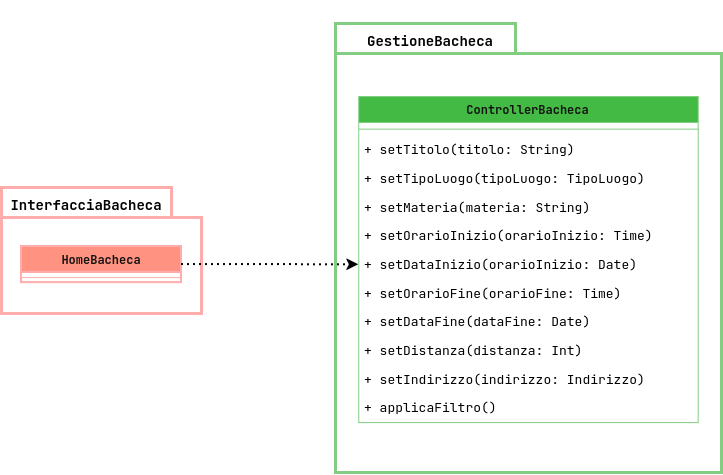
Above: latex/images/diagramma-dei-package-bacheca.png in federicoporpora/studyLink (draw.io), before the change. Source tidied: cells renumbered, new cells last; positions are measured from the earlier drawing's top-left corner, leaving out a move shared by most shapes. Source of this version:
```xml
<mxGraphModel background="light-dark(#FFFFFF,#FFFFFF)">
  <root>
    <mxCell id="0" />
    <mxCell id="1" parent="0" />
    <mxCell id="2" style="group;" parent="1" vertex="1">
      <mxGeometry y="188" width="200" height="227" as="geometry" />
    </mxCell>
    <mxCell id="3" style="shape=folder;fontStyle=1;spacingTop=10;tabWidth=170;tabHeight=30;tabPosition=left;html=1;whiteSpace=wrap;fillColor=light-dark(#E51400,#FFFFFF);fontColor=#ffffff;strokeColor=#B20000;strokeWidth=3;" parent="2" vertex="1">
      <mxGeometry width="200" height="126" as="geometry" />
    </mxCell>
    <mxCell id="4" value="InterfacciaBacheca" style="text;html=1;whiteSpace=wrap;strokeColor=none;fillColor=none;align=center;verticalAlign=middle;rounded=0;fontColor=light-dark(#000000,#000000);fontStyle=1;fontSize=14;" parent="2" vertex="1">
      <mxGeometry y="-2" width="170" height="38" as="geometry" />
    </mxCell>
    <mxCell id="5" value="HomeBacheca" style="swimlane;fontStyle=1;align=center;verticalAlign=top;horizontal=1;startSize=26;whiteSpace=wrap;html=1;fillColor=#e51400;strokeColor=#B20000;fontColor=#ffffff;strokeWidth=2;" parent="2" vertex="1">
      <mxGeometry x="20" y="59" width="160" height="36.1" as="geometry" />
    </mxCell>
    <mxCell id="6" style="line;strokeWidth=1;fillColor=none;align=left;verticalAlign=middle;spacingTop=-1;spacingLeft=3;spacingRight=3;labelPosition=right;strokeColor=inherit;" parent="5" vertex="1">
      <mxGeometry y="26" width="160" height="10.1" as="geometry" />
    </mxCell>
    <mxCell id="7" style="group;" parent="1" vertex="1">
      <mxGeometry x="334" y="24" width="386" height="449" as="geometry" />
    </mxCell>
    <mxCell id="8" style="shape=folder;fontStyle=1;spacingTop=10;tabWidth=180;tabHeight=30;tabPosition=left;html=1;whiteSpace=wrap;fillColor=light-dark(#008A00,#FFFFFF);fontColor=#ffffff;strokeColor=#005700;strokeWidth=3;" parent="7" vertex="1">
      <mxGeometry width="386" height="449" as="geometry" />
    </mxCell>
    <mxCell id="9" value="GestioneBacheca" style="text;html=1;whiteSpace=wrap;strokeColor=none;fillColor=none;align=center;verticalAlign=middle;rounded=0;fontColor=light-dark(#000000,#000000);fontStyle=1;fontSize=14;" parent="7" vertex="1">
      <mxGeometry x="-69.5" y="-23.7" width="328.1" height="82.1" as="geometry" />
    </mxCell>
    <mxCell id="10" value="ControllerBacheca" style="swimlane;fontStyle=1;align=center;verticalAlign=top;horizontal=1;startSize=26;whiteSpace=wrap;html=1;fillColor=#008a00;fontColor=#ffffff;strokeColor=#005700;" parent="7" vertex="1">
      <mxGeometry x="23.3" y="73" width="339.4" height="326.1" as="geometry" />
    </mxCell>
    <mxCell id="11" style="line;strokeWidth=1;fillColor=none;align=left;verticalAlign=middle;spacingTop=-1;spacingLeft=3;spacingRight=3;labelPosition=right;strokeColor=inherit;" parent="10" vertex="1">
      <mxGeometry y="26" width="339.4" height="13.3" as="geometry" />
    </mxCell>
    <mxCell id="12" value="+ setTitolo(titolo: String)" style="text;strokeColor=none;fillColor=none;align=left;verticalAlign=top;spacingLeft=4;spacingRight=4;overflow=hidden;whiteSpace=wrap;html=1;fontColor=light-dark(#000000,#000000);fontStyle=0;fontSize=13;" parent="10" vertex="1">
      <mxGeometry y="39.3" width="339.4" height="28.7" as="geometry" />
    </mxCell>
    <mxCell id="13" value="+ setTipoLuogo(tipoLuogo: TipoLuogo)" style="text;strokeColor=none;fillColor=none;align=left;verticalAlign=top;spacingLeft=4;spacingRight=4;overflow=hidden;whiteSpace=wrap;html=1;fontColor=light-dark(#000000,#000000);fontStyle=0;fontSize=13;" parent="10" vertex="1">
      <mxGeometry y="68" width="339.4" height="28.7" as="geometry" />
    </mxCell>
    <mxCell id="14" value="+ setMateria(materia: String)&lt;span style=&quot;color: rgba(0, 0, 0, 0); font-family: monospace; font-size: 0px; white-space: nowrap;&quot;&gt;%3CmxGraphModel%3E%3Croot%3E%3CmxCell%20id%3D%220%22%2F%3E%3CmxCell%20id%3D%221%22%20parent%3D%220%22%2F%3E%3CmxCell%20id%3D%222%22%20parent%3D%221%22%20style%3D%22text%3BstrokeColor%3Dnone%3BfillColor%3Dnone%3Balign%3Dleft%3BverticalAlign%3Dtop%3BspacingLeft%3D4%3BspacingRight%3D4%3Boverflow%3Dhidden%3Brotatable%3D0%3Bpoints%3D%5B%5B0%2C0.5%5D%2C%5B1%2C0.5%5D%5D%3BportConstraint%3Deastwest%3BwhiteSpace%3Dwrap%3Bhtml%3D1%3BfontColor%3Dlight-dark(%23000000%2C%23000000)%3BfontStyle%3D0%3BfontSize%3D13%3B%22%20value%3D%22%2B%20applicaFiltro()%22%20vertex%3D%221%22%3E%3CmxGeometry%20height%3D%2228.68%22%20width%3D%22339.41%22%20x%3D%22459.2931034482759%22%20y%3D%22240.31913043478264%22%20as%3D%22geometry%22%2F%3E%3C%2FmxCell%3E%3C%2Froot%3E%3C%2FmxGraphModel%3E&lt;/span&gt;" style="text;strokeColor=none;fillColor=none;align=left;verticalAlign=top;spacingLeft=4;spacingRight=4;overflow=hidden;whiteSpace=wrap;html=1;fontColor=light-dark(#000000,#000000);fontStyle=0;fontSize=13;" parent="10" vertex="1">
      <mxGeometry y="96.7" width="339.4" height="28.7" as="geometry" />
    </mxCell>
    <mxCell id="15" value="+ setOrarioInizio(orarioInizio: Time)" style="text;strokeColor=none;fillColor=none;align=left;verticalAlign=top;spacingLeft=4;spacingRight=4;overflow=hidden;whiteSpace=wrap;html=1;fontColor=light-dark(#000000,#000000);fontStyle=0;fontSize=13;" parent="10" vertex="1">
      <mxGeometry y="125.4" width="339.4" height="28.7" as="geometry" />
    </mxCell>
    <mxCell id="16" value="+ setDataInizio(orarioInizio: Date)" style="text;strokeColor=none;fillColor=none;align=left;verticalAlign=top;spacingLeft=4;spacingRight=4;overflow=hidden;points=[[0,0.5],[1,0.5]];portConstraint=eastwest;whiteSpace=wrap;html=1;fontColor=light-dark(#000000,#000000);fontStyle=0;fontSize=13;" parent="10" vertex="1">
      <mxGeometry y="154" width="339.4" height="28.7" as="geometry" />
    </mxCell>
    <mxCell id="17" value="+ setOrarioFine(orarioFine: Time)" style="text;strokeColor=none;fillColor=none;align=left;verticalAlign=top;spacingLeft=4;spacingRight=4;overflow=hidden;whiteSpace=wrap;html=1;fontColor=light-dark(#000000,#000000);fontStyle=0;fontSize=13;" parent="10" vertex="1">
      <mxGeometry y="182.7" width="339.4" height="28.7" as="geometry" />
    </mxCell>
    <mxCell id="18" value="+ setDataFine(dataFine: Date)" style="text;strokeColor=none;fillColor=none;align=left;verticalAlign=top;spacingLeft=4;spacingRight=4;overflow=hidden;whiteSpace=wrap;html=1;fontColor=light-dark(#000000,#000000);fontStyle=0;fontSize=13;" parent="10" vertex="1">
      <mxGeometry y="211.4" width="339.4" height="28.7" as="geometry" />
    </mxCell>
    <mxCell id="19" value="+ setDistanza(distanza: Int)" style="text;strokeColor=none;fillColor=none;align=left;verticalAlign=top;spacingLeft=4;spacingRight=4;overflow=hidden;whiteSpace=wrap;html=1;fontColor=light-dark(#000000,#000000);fontStyle=0;fontSize=13;" parent="10" vertex="1">
      <mxGeometry y="240.1" width="339.4" height="28.7" as="geometry" />
    </mxCell>
    <mxCell id="20" value="+ setIndirizzo(indirizzo: Indirizzo)" style="text;strokeColor=none;fillColor=none;align=left;verticalAlign=top;spacingLeft=4;spacingRight=4;overflow=hidden;whiteSpace=wrap;html=1;fontColor=light-dark(#000000,#000000);fontStyle=0;fontSize=13;" parent="10" vertex="1">
      <mxGeometry y="268.8" width="339.4" height="28.7" as="geometry" />
    </mxCell>
    <mxCell id="21" value="+ applicaFiltro()" style="text;strokeColor=none;fillColor=none;align=left;verticalAlign=top;spacingLeft=4;spacingRight=4;overflow=hidden;whiteSpace=wrap;html=1;fontColor=light-dark(#000000,#000000);fontStyle=0;fontSize=13;" parent="10" vertex="1">
      <mxGeometry y="297.4" width="339.4" height="28.7" as="geometry" />
    </mxCell>
    <mxCell id="22" style="edgeStyle=orthogonalEdgeStyle;rounded=0;jettySize=auto;html=1;exitX=1;exitY=0.5;exitDx=0;exitDy=0;entryX=0;entryY=0.5;entryDx=0;entryDy=0;strokeColor=light-dark(#000000,#000000);dashed=1;dashPattern=1 2;strokeWidth=2;" parent="1" edge="1" source="5" target="16">
      <mxGeometry relative="1" as="geometry" />
    </mxCell>
  </root>
</mxGraphModel>
```
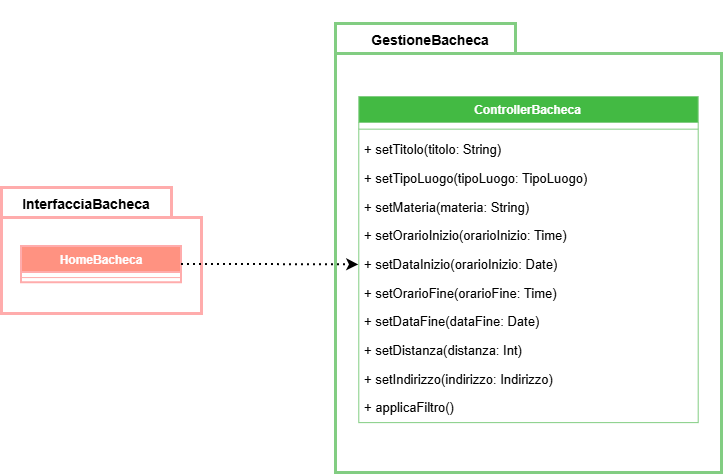
The same diagram one commit later.

Change to the diagram source:
```diff
@@ -5,13 +5,13 @@
     <mxCell id="2" style="group;" parent="1" vertex="1">
       <mxGeometry y="188" width="200" height="227" as="geometry" />
     </mxCell>
-    <mxCell id="3" style="shape=folder;fontStyle=1;spacingTop=10;tabWidth=170;tabHeight=30;tabPosition=left;html=1;whiteSpace=wrap;fillColor=light-dark(#E51400,#FFFFFF);fontColor=#ffffff;strokeColor=#B20000;strokeWidth=3;" parent="2" vertex="1">
+    <mxCell id="3" style="shape=folder;fontStyle=1;spacingTop=10;tabWidth=170;tabHeight=30;tabPosition=left;html=1;whiteSpace=wrap;fillColor=light-dark(#FFFFFF,#E51400);fontColor=#ffffff;strokeColor=light-dark(#FFACAC,#B20000);strokeWidth=3;" parent="2" vertex="1">
       <mxGeometry width="200" height="126" as="geometry" />
     </mxCell>
     <mxCell id="4" value="InterfacciaBacheca" style="text;html=1;whiteSpace=wrap;strokeColor=none;fillColor=none;align=center;verticalAlign=middle;rounded=0;fontColor=light-dark(#000000,#000000);fontStyle=1;fontSize=14;" parent="2" vertex="1">
       <mxGeometry y="-2" width="170" height="38" as="geometry" />
     </mxCell>
-    <mxCell id="5" value="HomeBacheca" style="swimlane;fontStyle=1;align=center;verticalAlign=top;horizontal=1;startSize=26;whiteSpace=wrap;html=1;fillColor=#e51400;strokeColor=#B20000;fontColor=#ffffff;strokeWidth=2;" parent="2" vertex="1">
+    <mxCell id="5" value="HomeBacheca" style="swimlane;fontStyle=1;align=center;verticalAlign=top;horizontal=1;startSize=26;whiteSpace=wrap;html=1;fillColor=light-dark(#FF9281,#E51400);strokeColor=light-dark(#FFACAC,#B20000);fontColor=#ffffff;strokeWidth=2;" parent="2" vertex="1">
       <mxGeometry x="20" y="59" width="160" height="36.1" as="geometry" />
     </mxCell>
     <mxCell id="6" style="line;strokeWidth=1;fillColor=none;align=left;verticalAlign=middle;spacingTop=-1;spacingLeft=3;spacingRight=3;labelPosition=right;strokeColor=inherit;" parent="5" vertex="1">
@@ -20,13 +20,13 @@
     <mxCell id="7" style="group;" parent="1" vertex="1">
       <mxGeometry x="334" y="24" width="386" height="449" as="geometry" />
     </mxCell>
-    <mxCell id="8" style="shape=folder;fontStyle=1;spacingTop=10;tabWidth=180;tabHeight=30;tabPosition=left;html=1;whiteSpace=wrap;fillColor=light-dark(#008A00,#FFFFFF);fontColor=#ffffff;strokeColor=#005700;strokeWidth=3;" parent="7" vertex="1">
+    <mxCell id="8" style="shape=folder;fontStyle=1;spacingTop=10;tabWidth=180;tabHeight=30;tabPosition=left;html=1;whiteSpace=wrap;fillColor=light-dark(#FFFFFF,#008A00);fontColor=#ffffff;strokeColor=light-dark(#82CD82,#005700);strokeWidth=3;" parent="7" vertex="1">
       <mxGeometry width="386" height="449" as="geometry" />
     </mxCell>
     <mxCell id="9" value="GestioneBacheca" style="text;html=1;whiteSpace=wrap;strokeColor=none;fillColor=none;align=center;verticalAlign=middle;rounded=0;fontColor=light-dark(#000000,#000000);fontStyle=1;fontSize=14;" parent="7" vertex="1">
       <mxGeometry x="-69.5" y="-23.7" width="328.1" height="82.1" as="geometry" />
     </mxCell>
-    <mxCell id="10" value="ControllerBacheca" style="swimlane;fontStyle=1;align=center;verticalAlign=top;horizontal=1;startSize=26;whiteSpace=wrap;html=1;fillColor=#008a00;fontColor=#ffffff;strokeColor=#005700;" parent="7" vertex="1">
+    <mxCell id="10" value="ControllerBacheca" style="swimlane;fontStyle=1;align=center;verticalAlign=top;horizontal=1;startSize=26;whiteSpace=wrap;html=1;fillColor=light-dark(#43BA43,#008A00);fontColor=#ffffff;strokeColor=light-dark(#82CD82,#005700);" parent="7" vertex="1">
       <mxGeometry x="23.3" y="73" width="339.4" height="326.1" as="geometry" />
     </mxCell>
     <mxCell id="11" style="line;strokeWidth=1;fillColor=none;align=left;verticalAlign=middle;spacingTop=-1;spacingLeft=3;spacingRight=3;labelPosition=right;strokeColor=inherit;" parent="10" vertex="1">
```
